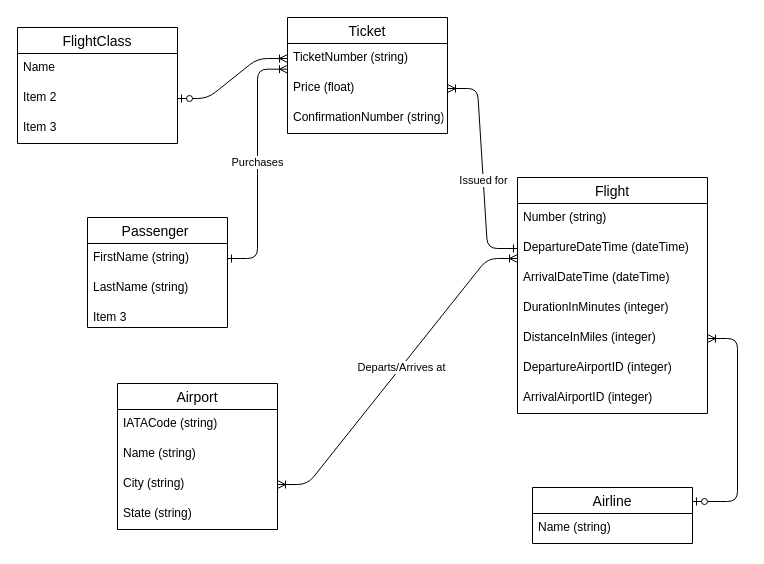
Otobi1/SQL keeps this draw.io diagram as Untitled Diagram.drawio. Above is the earlier version. Source tidied: cells renumbered, new cells numbered last; positions are measured from the earlier drawing's top-left corner, leaving out a move shared by most shapes. Both pictures are drawn from the tidied source at 100%, with x=0, y=0 at pixel (17, 17).
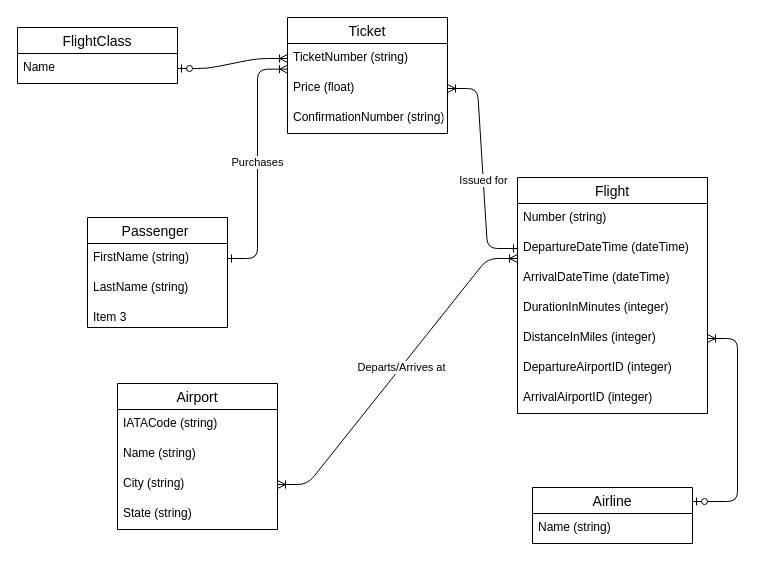
The same diagram, later.

Unchanged cells that the change refers to:
```xml
<mxCell id="15" value="TicketNumber (string)" style="text;strokeColor=none;fillColor=none;spacingLeft=4;spacingRight=4;overflow=hidden;points=[[0,0.5],[1,0.5]];portConstraint=eastwest;fontSize=12;" parent="14" vertex="1">
  <mxGeometry y="26" width="160" height="30" as="geometry" />
</mxCell>
<mxCell id="33" value="Name" style="text;strokeColor=none;fillColor=none;spacingLeft=4;spacingRight=4;overflow=hidden;points=[[0,0.5],[1,0.5]];portConstraint=eastwest;fontSize=12;" parent="32" vertex="1">
  <mxGeometry y="26" width="160" height="30" as="geometry" />
</mxCell>
```

Change to the diagram source:
```diff
@@
     <mxCell id="32" value="FlightClass" style="swimlane;fontStyle=0;horizontal=1;startSize=26;align=center;fontSize=14;" parent="1" vertex="1">
-      <mxGeometry y="10" width="160" height="116" as="geometry" />
+      <mxGeometry y="10" width="160" height="56" as="geometry" />
     </mxCell>
@@
-    <mxCell id="34" value="Item 2" style="text;strokeColor=none;fillColor=none;spacingLeft=4;spacingRight=4;overflow=hidden;points=[[0,0.5],[1,0.5]];portConstraint=eastwest;fontSize=12;" parent="32" vertex="1">
-      <mxGeometry y="56" width="160" height="30" as="geometry" />
-    </mxCell>
-    <mxCell id="35" value="Item 3" style="text;strokeColor=none;fillColor=none;spacingLeft=4;spacingRight=4;overflow=hidden;fontSize=12;" parent="32" vertex="1">
-      <mxGeometry y="86" width="160" height="30" as="geometry" />
-    </mxCell>
-    <mxCell id="36" style="edgeStyle=entityRelationEdgeStyle;fontSize=12;html=1;endArrow=ERoneToMany;startArrow=ERzeroToOne;exitX=1;exitY=0.5;exitDx=0;exitDy=0;entryX=0;entryY=0.5;entryDx=0;entryDy=0;" parent="1" edge="1" source="34" target="15">
+    <mxCell id="36" style="edgeStyle=entityRelationEdgeStyle;fontSize=12;html=1;endArrow=ERoneToMany;startArrow=ERzeroToOne;exitX=1;exitY=0.5;exitDx=0;exitDy=0;entryX=0;entryY=0.5;entryDx=0;entryDy=0;" parent="1" edge="1" source="33" target="15">
       <mxGeometry relative="1" as="geometry" />
     </mxCell>
```
